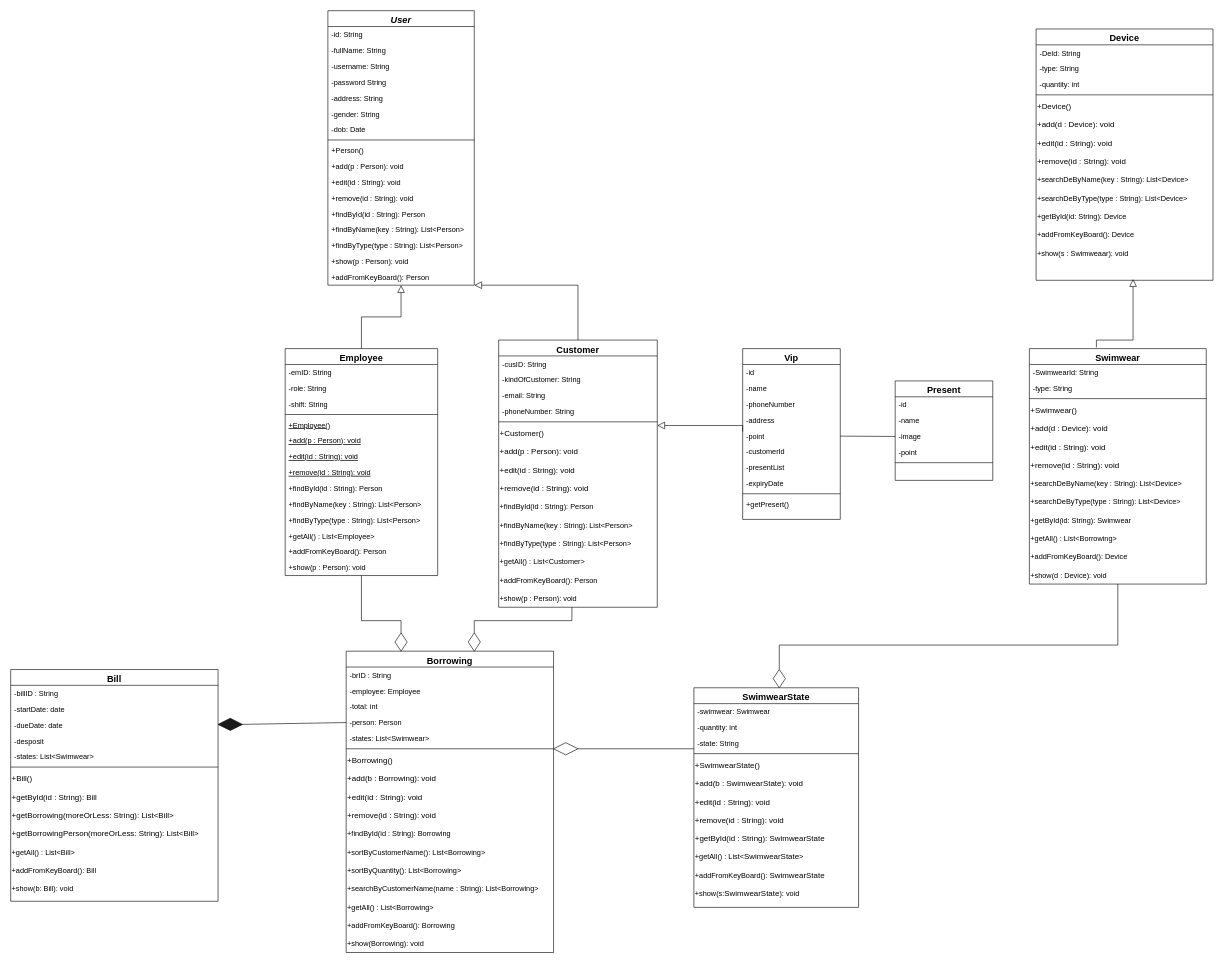
Before: Untitled Diagram.drawio in levando20194017/GiaoDien1, a draw.io diagram. Source tidied: cells renumbered, new cells numbered last; positions are measured from the earlier drawing's top-left corner, leaving out a move shared by most shapes. Both pictures are drawn from the tidied source at 61%, with x=0, y=0 at pixel (10, 10).
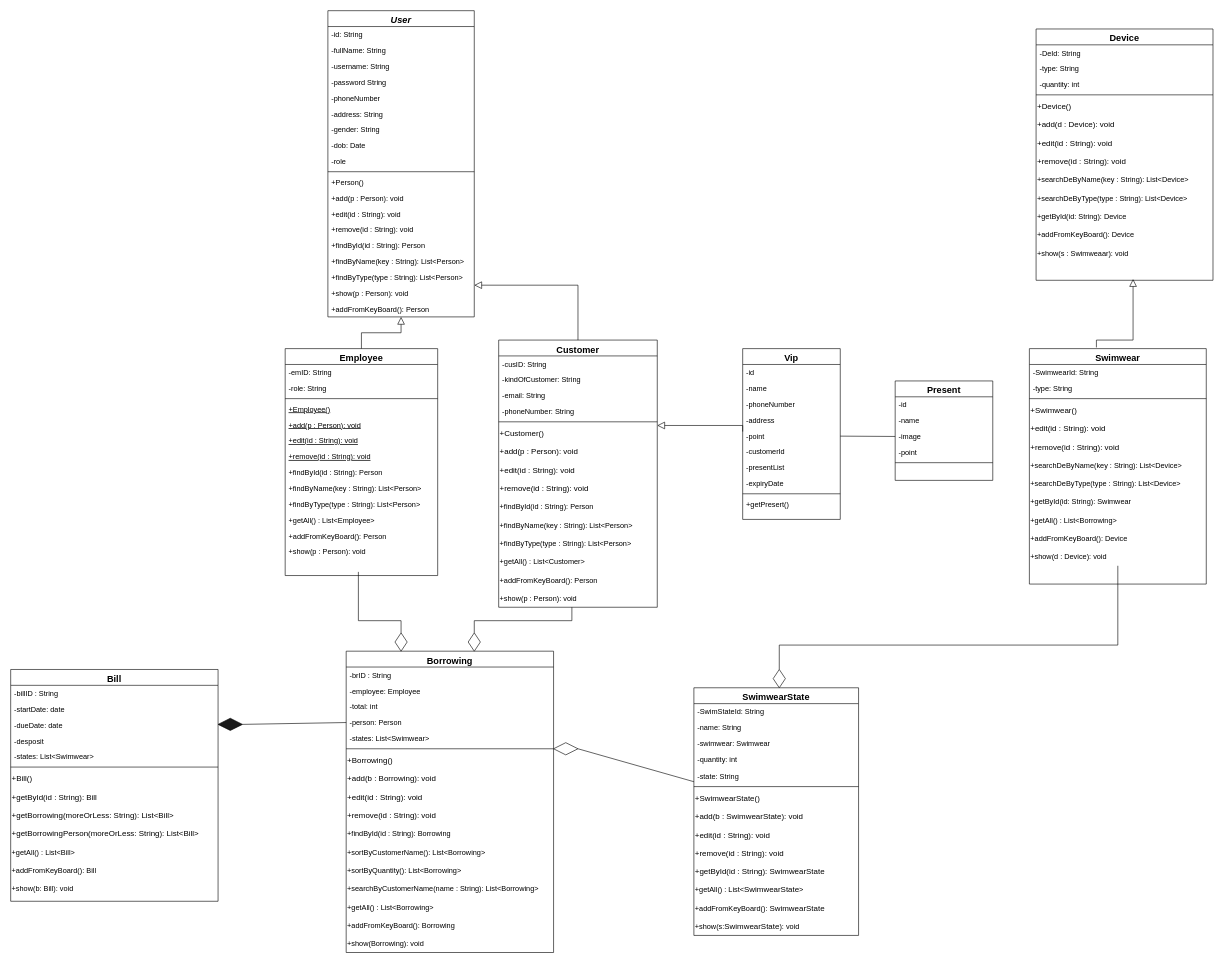
After the change.

Unchanged cells that the change refers to:
```xml
<mxCell id="20" value="Employee" style="swimlane;fontStyle=1;align=center;verticalAlign=top;horizontal=1;startSize=26;rounded=0;shadow=0;strokeWidth=1;fontSize=15;" parent="1" vertex="1">
  <mxGeometry x="450" y="554" width="250" height="372" as="geometry" />
</mxCell>
<mxCell id="87" style="rhombus;whiteSpace=wrap;html=1;fontSize=15;" parent="1" vertex="1">
  <mxGeometry x="630" y="1020" width="20" height="30" as="geometry" />
</mxCell>
<mxCell id="104" value="Swimwear" style="swimlane;fontStyle=1;align=center;verticalAlign=top;horizontal=1;startSize=26;rounded=0;shadow=0;strokeWidth=1;fontSize=15;" parent="1" vertex="1">
  <mxGeometry x="1670" y="554" width="290" height="386" as="geometry" />
</mxCell>
```

Change to the diagram source:
```diff
@@
     <mxCell id="2" value="User" style="swimlane;fontStyle=3;align=center;verticalAlign=top;horizontal=1;startSize=26;rounded=0;shadow=0;strokeWidth=1;fontSize=15;" parent="1" vertex="1">
-      <mxGeometry x="520" width="240" height="450" as="geometry" />
+      <mxGeometry x="520" width="240" height="502" as="geometry" />
     </mxCell>
@@
+    <mxCell id="156" value="-phoneNumber" style="text;align=left;verticalAlign=top;spacingLeft=4;spacingRight=4;overflow=hidden;rounded=0;shadow=0;html=0;" parent="2" vertex="1">
+      <mxGeometry y="130" width="240" height="26" as="geometry" />
+    </mxCell>
     <mxCell id="7" value="-address: String" style="text;align=left;verticalAlign=top;spacingLeft=4;spacingRight=4;overflow=hidden;rounded=0;shadow=0;html=0;" parent="2" vertex="1">
-      <mxGeometry y="130" width="240" height="26" as="geometry" />
+      <mxGeometry y="156" width="240" height="26" as="geometry" />
     </mxCell>
     <mxCell id="8" value="-gender: String" style="text;align=left;verticalAlign=top;spacingLeft=4;spacingRight=4;overflow=hidden;rounded=0;shadow=0;html=0;" parent="2" vertex="1">
-      <mxGeometry y="156" width="240" height="26" as="geometry" />
+      <mxGeometry y="182" width="240" height="26" as="geometry" />
     </mxCell>
     <mxCell id="9" value="-dob: Date" style="text;align=left;verticalAlign=top;spacingLeft=4;spacingRight=4;overflow=hidden;rounded=0;shadow=0;html=0;" parent="2" vertex="1">
-      <mxGeometry y="182" width="240" height="26" as="geometry" />
+      <mxGeometry y="208" width="240" height="26" as="geometry" />
     </mxCell>
+    <mxCell id="157" value="-role" style="text;align=left;verticalAlign=top;spacingLeft=4;spacingRight=4;overflow=hidden;rounded=0;shadow=0;html=0;" parent="2" vertex="1">
+      <mxGeometry y="234" width="240" height="26" as="geometry" />
+    </mxCell>
     <mxCell id="10" style="line;html=1;strokeWidth=1;align=left;verticalAlign=middle;spacingTop=-1;spacingLeft=3;spacingRight=3;labelPosition=right;" parent="2" vertex="1">
-      <mxGeometry y="208" width="240" height="8" as="geometry" />
+      <mxGeometry y="260" width="240" height="8" as="geometry" />
     </mxCell>
     <mxCell id="11" value="+Person()" style="text;align=left;verticalAlign=top;spacingLeft=4;spacingRight=4;overflow=hidden;" parent="2" vertex="1">
-      <mxGeometry y="216" width="240" height="26" as="geometry" />
+      <mxGeometry y="268" width="240" height="26" as="geometry" />
     </mxCell>
     <mxCell id="12" value="+add(p : Person): void" style="text;align=left;verticalAlign=top;spacingLeft=4;spacingRight=4;overflow=hidden;" parent="2" vertex="1">
-      <mxGeometry y="242" width="240" height="26" as="geometry" />
+      <mxGeometry y="294" width="240" height="26" as="geometry" />
     </mxCell>
     <mxCell id="13" value="+edit(id : String): void" style="text;align=left;verticalAlign=top;spacingLeft=4;spacingRight=4;overflow=hidden;" parent="2" vertex="1">
-      <mxGeometry y="268" width="240" height="26" as="geometry" />
+      <mxGeometry y="320" width="240" height="26" as="geometry" />
     </mxCell>
     <mxCell id="14" value="+remove(id : String): void" style="text;align=left;verticalAlign=top;spacingLeft=4;spacingRight=4;overflow=hidden;" parent="2" vertex="1">
-      <mxGeometry y="294" width="240" height="26" as="geometry" />
+      <mxGeometry y="346" width="240" height="26" as="geometry" />
     </mxCell>
     <mxCell id="15" value="+findById(id : String): Person" style="text;align=left;verticalAlign=top;spacingLeft=4;spacingRight=4;overflow=hidden;" parent="2" vertex="1">
-      <mxGeometry y="320" width="240" height="26" as="geometry" />
+      <mxGeometry y="372" width="240" height="26" as="geometry" />
     </mxCell>
     <mxCell id="16" value="+findByName(key : String): List&lt;Person&gt;" style="text;align=left;verticalAlign=top;spacingLeft=4;spacingRight=4;overflow=hidden;" parent="2" vertex="1">
-      <mxGeometry y="346" width="240" height="26" as="geometry" />
+      <mxGeometry y="398" width="240" height="26" as="geometry" />
     </mxCell>
     <mxCell id="17" value="+findByType(type : String): List&lt;Person&gt;" style="text;align=left;verticalAlign=top;spacingLeft=4;spacingRight=4;overflow=hidden;" parent="2" vertex="1">
-      <mxGeometry y="372" width="240" height="26" as="geometry" />
+      <mxGeometry y="424" width="240" height="26" as="geometry" />
     </mxCell>
     <mxCell id="18" value="+show(p : Person): void" style="text;align=left;verticalAlign=top;spacingLeft=4;spacingRight=4;overflow=hidden;" parent="2" vertex="1">
-      <mxGeometry y="398" width="240" height="26" as="geometry" />
+      <mxGeometry y="450" width="240" height="26" as="geometry" />
     </mxCell>
     <mxCell id="19" value="+addFromKeyBoard(): Person" style="text;align=left;verticalAlign=top;spacingLeft=4;spacingRight=4;overflow=hidden;" parent="2" vertex="1">
-      <mxGeometry y="424" width="240" height="26" as="geometry" />
+      <mxGeometry y="476" width="240" height="26" as="geometry" />
     </mxCell>
@@
-    <mxCell id="23" value="-shift: String" style="text;align=left;verticalAlign=top;spacingLeft=4;spacingRight=4;overflow=hidden;rounded=0;shadow=0;html=0;" parent="20" vertex="1">
-      <mxGeometry y="78" width="250" height="26" as="geometry" />
-    </mxCell>
     <mxCell id="24" style="line;html=1;strokeWidth=1;align=left;verticalAlign=middle;spacingTop=-1;spacingLeft=3;spacingRight=3;labelPosition=right;" parent="20" vertex="1">
-      <mxGeometry y="104" width="250" height="8" as="geometry" />
+      <mxGeometry y="78" width="250" height="8" as="geometry" />
     </mxCell>
     <mxCell id="25" value="+Employee()" style="text;align=left;verticalAlign=top;spacingLeft=4;spacingRight=4;overflow=hidden;fontStyle=4;" parent="20" vertex="1">
-      <mxGeometry y="112" width="250" height="26" as="geometry" />
+      <mxGeometry y="86" width="250" height="26" as="geometry" />
     </mxCell>
     <mxCell id="26" value="+add(p : Person): void" style="text;align=left;verticalAlign=top;spacingLeft=4;spacingRight=4;overflow=hidden;fontStyle=4;" parent="20" vertex="1">
-      <mxGeometry y="138" width="250" height="26" as="geometry" />
+      <mxGeometry y="112" width="250" height="26" as="geometry" />
     </mxCell>
     <mxCell id="27" value="+edit(id : String): void" style="text;align=left;verticalAlign=top;spacingLeft=4;spacingRight=4;overflow=hidden;fontStyle=4;" parent="20" vertex="1">
-      <mxGeometry y="164" width="250" height="26" as="geometry" />
+      <mxGeometry y="138" width="250" height="26" as="geometry" />
     </mxCell>
     <mxCell id="28" value="+remove(id : String): void" style="text;align=left;verticalAlign=top;spacingLeft=4;spacingRight=4;overflow=hidden;fontStyle=4;" parent="20" vertex="1">
-      <mxGeometry y="190" width="250" height="26" as="geometry" />
+      <mxGeometry y="164" width="250" height="26" as="geometry" />
     </mxCell>
     <mxCell id="29" value="+findById(id : String): Person" style="text;align=left;verticalAlign=top;spacingLeft=4;spacingRight=4;overflow=hidden;" parent="20" vertex="1">
-      <mxGeometry y="216" width="250" height="26" as="geometry" />
+      <mxGeometry y="190" width="250" height="26" as="geometry" />
     </mxCell>
     <mxCell id="30" value="+findByName(key : String): List&lt;Person&gt;" style="text;align=left;verticalAlign=top;spacingLeft=4;spacingRight=4;overflow=hidden;" parent="20" vertex="1">
-      <mxGeometry y="242" width="250" height="26" as="geometry" />
+      <mxGeometry y="216" width="250" height="26" as="geometry" />
     </mxCell>
     <mxCell id="31" value="+findByType(type : String): List&lt;Person&gt;" style="text;align=left;verticalAlign=top;spacingLeft=4;spacingRight=4;overflow=hidden;" parent="20" vertex="1">
-      <mxGeometry y="268" width="250" height="26" as="geometry" />
+      <mxGeometry y="242" width="250" height="26" as="geometry" />
     </mxCell>
     <mxCell id="32" value="+getAll() : List&lt;Employee&gt;" style="text;align=left;verticalAlign=top;spacingLeft=4;spacingRight=4;overflow=hidden;" parent="20" vertex="1">
-      <mxGeometry y="294" width="250" height="26" as="geometry" />
+      <mxGeometry y="268" width="250" height="26" as="geometry" />
     </mxCell>
     <mxCell id="33" value="+addFromKeyBoard(): Person" style="text;align=left;verticalAlign=top;spacingLeft=4;spacingRight=4;overflow=hidden;" parent="20" vertex="1">
-      <mxGeometry y="320" width="250" height="26" as="geometry" />
+      <mxGeometry y="294" width="250" height="26" as="geometry" />
     </mxCell>
     <mxCell id="34" value="+show(p : Person): void" style="text;align=left;verticalAlign=top;spacingLeft=4;spacingRight=4;overflow=hidden;points=[[0,0.5],[1,0.5]];portConstraint=eastwest;" parent="20" vertex="1">
-      <mxGeometry y="346" width="250" height="26" as="geometry" />
+      <mxGeometry y="320" width="250" height="26" as="geometry" />
     </mxCell>
@@
-    <mxCell id="88" style="endArrow=none;html=1;rounded=0;fontSize=15;exitX=0.5;exitY=0;exitDx=0;exitDy=0;" parent="1" edge="1" source="87" target="34">
+    <mxCell id="88" style="endArrow=none;html=1;rounded=0;fontSize=15;exitX=0.5;exitY=0;exitDx=0;exitDy=0;" parent="1" edge="1" source="87">
       <mxGeometry relative="1" as="geometry">
+        <mxPoint x="570" y="920" as="targetPoint" />
         <Array as="points">
           <mxPoint x="640" y="1000" />
-          <mxPoint x="575" y="1000" />
+          <mxPoint x="570" y="1000" />
         </Array>
       </mxGeometry>
     </mxCell>
@@
     <mxCell id="91" value="SwimwearState" style="swimlane;fontStyle=1;align=center;verticalAlign=top;horizontal=1;startSize=26;rounded=0;shadow=0;strokeWidth=1;fontSize=15;" parent="1" vertex="1">
-      <mxGeometry x="1120" y="1110" width="270" height="360" as="geometry" />
+      <mxGeometry x="1120" y="1110" width="270" height="406" as="geometry" />
     </mxCell>
-    <mxCell id="92" value="-swimwear: Swimwear" style="text;align=left;verticalAlign=top;spacingLeft=4;spacingRight=4;overflow=hidden;" parent="91" vertex="1">
+    <mxCell id="92" value="-SwimStateId: String" style="text;align=left;verticalAlign=top;spacingLeft=4;spacingRight=4;overflow=hidden;" parent="91" vertex="1">
       <mxGeometry y="26" width="270" height="26" as="geometry" />
     </mxCell>
+    <mxCell id="158" value="-name: String" style="text;align=left;verticalAlign=top;spacingLeft=4;spacingRight=4;overflow=hidden;" parent="91" vertex="1">
+      <mxGeometry y="52" width="270" height="26" as="geometry" />
+    </mxCell>
+    <mxCell id="159" value="-swimwear: Swimwear" style="text;align=left;verticalAlign=top;spacingLeft=4;spacingRight=4;overflow=hidden;" parent="91" vertex="1">
+      <mxGeometry y="78" width="270" height="26" as="geometry" />
+    </mxCell>
     <mxCell id="93" value="-quantity: int" style="text;align=left;verticalAlign=top;spacingLeft=4;spacingRight=4;overflow=hidden;" parent="91" vertex="1">
-      <mxGeometry y="52" width="270" height="26" as="geometry" />
+      <mxGeometry y="104" width="270" height="28" as="geometry" />
     </mxCell>
     <mxCell id="94" value="-state: String" style="text;align=left;verticalAlign=top;spacingLeft=4;spacingRight=4;overflow=hidden;points=[[0,0.5],[1,0.5]];portConstraint=eastwest;" parent="91" vertex="1">
-      <mxGeometry y="78" width="270" height="26" as="geometry" />
+      <mxGeometry y="132" width="270" height="26" as="geometry" />
     </mxCell>
     <mxCell id="95" style="line;html=1;strokeWidth=1;align=left;verticalAlign=middle;spacingTop=-1;spacingLeft=3;spacingRight=3;labelPosition=right;" parent="91" vertex="1">
-      <mxGeometry y="104" width="270" height="8" as="geometry" />
+      <mxGeometry y="158" width="270" height="8" as="geometry" />
     </mxCell>
     <mxCell id="96" value="+SwimwearState()" style="text;html=1;align=left;verticalAlign=middle;strokeColor=none;fillColor=none;fontSize=13;" parent="91" vertex="1">
-      <mxGeometry y="112" width="270" height="30" as="geometry" />
+      <mxGeometry y="166" width="270" height="30" as="geometry" />
     </mxCell>
     <mxCell id="97" value="+add(b : SwimwearState): void" style="text;html=1;align=left;verticalAlign=middle;strokeColor=none;fillColor=none;fontSize=13;" parent="91" vertex="1">
-      <mxGeometry y="142" width="270" height="30" as="geometry" />
+      <mxGeometry y="196" width="270" height="30" as="geometry" />
     </mxCell>
     <mxCell id="98" value="+edit(id : String): void" style="text;html=1;align=left;verticalAlign=middle;strokeColor=none;fillColor=none;fontSize=13;" parent="91" vertex="1">
-      <mxGeometry y="172" width="270" height="30" as="geometry" />
+      <mxGeometry y="226" width="270" height="30" as="geometry" />
     </mxCell>
     <mxCell id="99" value="+remove(id : String): void" style="text;html=1;align=left;verticalAlign=middle;strokeColor=none;fillColor=none;fontSize=13;" parent="91" vertex="1">
-      <mxGeometry y="202" width="270" height="30" as="geometry" />
+      <mxGeometry y="256" width="270" height="30" as="geometry" />
     </mxCell>
     <mxCell id="100" value="+getById(id : String): SwimwearState" style="text;html=1;align=left;verticalAlign=middle;strokeColor=none;fillColor=none;fontSize=13;" parent="91" vertex="1">
-      <mxGeometry y="232" width="270" height="30" as="geometry" />
+      <mxGeometry y="286" width="270" height="30" as="geometry" />
     </mxCell>
     <mxCell id="101" value="&lt;span style=&quot;font-size: 12px;&quot;&gt;+getAll() : List&amp;lt;&lt;/span&gt;SwimwearState&lt;span style=&quot;font-size: 12px;&quot;&gt;&amp;gt;&lt;/span&gt;" style="text;html=1;align=left;verticalAlign=middle;strokeColor=none;fillColor=none;fontSize=13;" parent="91" vertex="1">
-      <mxGeometry y="262" width="270" height="30" as="geometry" />
+      <mxGeometry y="316" width="270" height="30" as="geometry" />
     </mxCell>
     <mxCell id="102" value="&lt;span style=&quot;font-size: 12px;&quot;&gt;+addFromKeyBoard():&amp;nbsp;&lt;/span&gt;SwimwearState" style="text;html=1;align=left;verticalAlign=middle;strokeColor=none;fillColor=none;fontSize=13;" parent="91" vertex="1">
-      <mxGeometry y="292" width="270" height="30" as="geometry" />
+      <mxGeometry y="346" width="270" height="30" as="geometry" />
     </mxCell>
     <mxCell id="103" value="&lt;span style=&quot;font-size: 12px;&quot;&gt;+show(s:&lt;/span&gt;SwimwearState&lt;span style=&quot;font-size: 12px;&quot;&gt;): void&lt;/span&gt;" style="text;html=1;align=left;verticalAlign=middle;strokeColor=none;fillColor=none;fontSize=13;" parent="91" vertex="1">
-      <mxGeometry y="322" width="270" height="30" as="geometry" />
+      <mxGeometry y="376" width="270" height="30" as="geometry" />
     </mxCell>
@@
-    <mxCell id="109" value="+add(d : Device): void" style="text;html=1;align=left;verticalAlign=middle;strokeColor=none;fillColor=none;fontSize=13;" parent="104" vertex="1">
-      <mxGeometry y="116" width="290" height="30" as="geometry" />
-    </mxCell>
     <mxCell id="110" value="+edit(id : String): void" style="text;html=1;align=left;verticalAlign=middle;strokeColor=none;fillColor=none;fontSize=13;" parent="104" vertex="1">
-      <mxGeometry y="146" width="290" height="30" as="geometry" />
+      <mxGeometry y="116" width="290" height="30" as="geometry" />
     </mxCell>
     <mxCell id="111" value="+remove(id : String): void" style="text;html=1;align=left;verticalAlign=middle;strokeColor=none;fillColor=none;fontSize=13;" parent="104" vertex="1">
-      <mxGeometry y="176" width="290" height="30" as="geometry" />
+      <mxGeometry y="146" width="290" height="30" as="geometry" />
     </mxCell>
     <mxCell id="112" value="&lt;span style=&quot;font-size: 12px;&quot;&gt;+searchDeByName(key : String): List&amp;lt;Device&amp;gt;&lt;/span&gt;" style="text;html=1;align=left;verticalAlign=middle;strokeColor=none;fillColor=none;fontSize=13;" parent="104" vertex="1">
-      <mxGeometry y="206" width="290" height="30" as="geometry" />
+      <mxGeometry y="176" width="290" height="30" as="geometry" />
     </mxCell>
     <mxCell id="113" value="&lt;span style=&quot;font-size: 12px;&quot;&gt;+searchDeByType(type : String): List&amp;lt;Device&amp;gt;&lt;/span&gt;" style="text;html=1;align=left;verticalAlign=middle;strokeColor=none;fillColor=none;fontSize=13;" parent="104" vertex="1">
-      <mxGeometry y="236" width="290" height="30" as="geometry" />
+      <mxGeometry y="206" width="290" height="30" as="geometry" />
     </mxCell>
     <mxCell id="114" value="&lt;span style=&quot;font-size: 12px;&quot;&gt;+getById(id: String): Swimwear&lt;/span&gt;" style="text;html=1;align=left;verticalAlign=middle;strokeColor=none;fillColor=none;fontSize=13;" parent="104" vertex="1">
-      <mxGeometry y="266" width="290" height="30" as="geometry" />
+      <mxGeometry y="236" width="290" height="30" as="geometry" />
     </mxCell>
     <mxCell id="115" value="&lt;span style=&quot;font-size: 12px;&quot;&gt;+getAll() : List&amp;lt;Borrowing&amp;gt;&lt;/span&gt;" style="text;html=1;align=left;verticalAlign=middle;strokeColor=none;fillColor=none;fontSize=13;" parent="104" vertex="1">
-      <mxGeometry y="296" width="290" height="30" as="geometry" />
+      <mxGeometry y="266" width="290" height="30" as="geometry" />
     </mxCell>
     <mxCell id="116" value="&lt;span style=&quot;font-size: 12px;&quot;&gt;+addFromKeyBoard(): Device&lt;/span&gt;" style="text;html=1;align=left;verticalAlign=middle;strokeColor=none;fillColor=none;fontSize=13;" parent="104" vertex="1">
-      <mxGeometry y="326" width="290" height="30" as="geometry" />
+      <mxGeometry y="296" width="290" height="30" as="geometry" />
     </mxCell>
     <mxCell id="117" value="&lt;span style=&quot;font-size: 12px;&quot;&gt;+show(d : Device): void&lt;/span&gt;" style="text;html=1;align=left;verticalAlign=middle;points=[];strokeColor=none;fillColor=none;fontSize=13;" parent="104" vertex="1">
-      <mxGeometry y="356" width="290" height="30" as="geometry" />
+      <mxGeometry y="326" width="290" height="30" as="geometry" />
     </mxCell>
```
